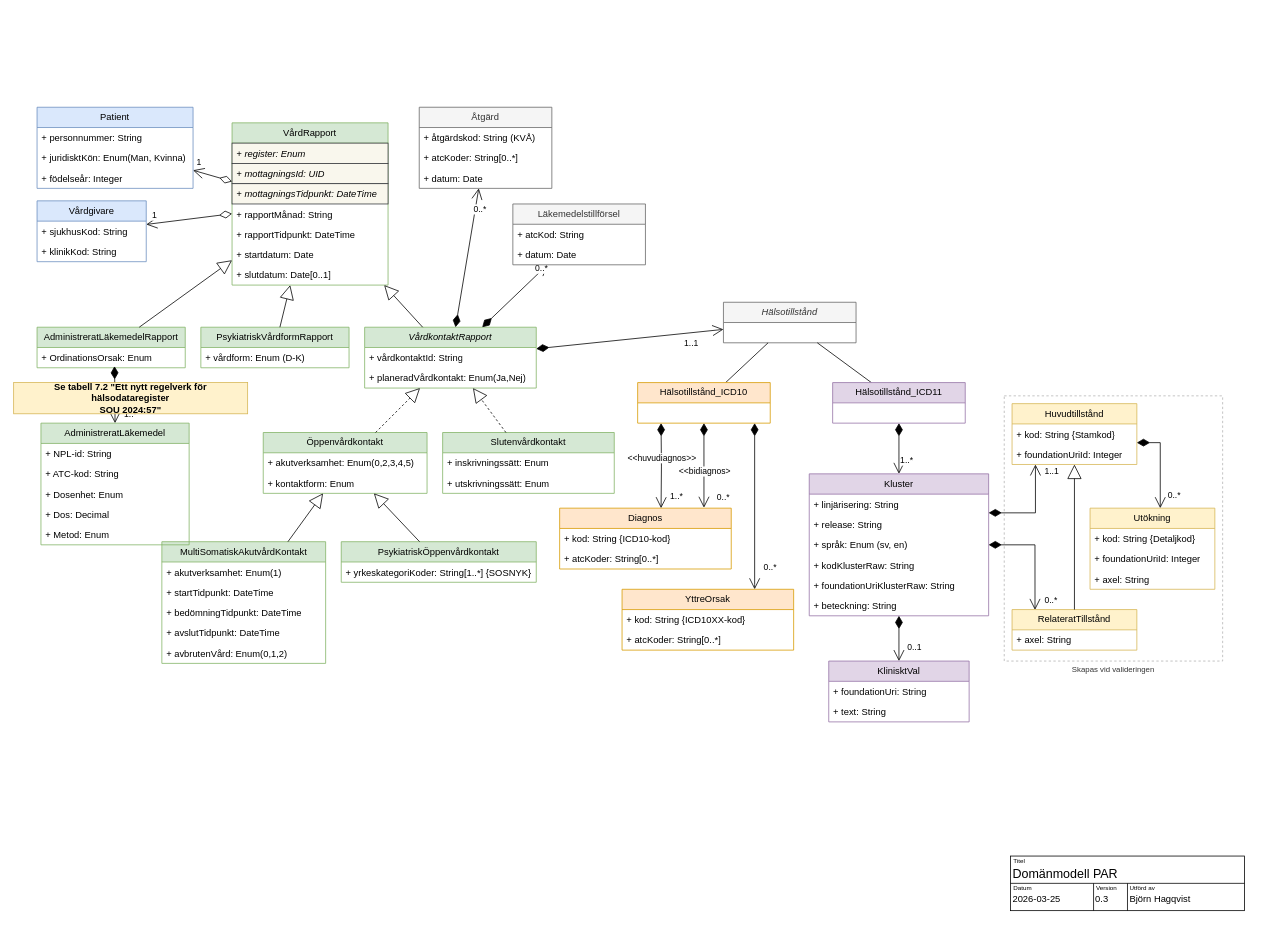
Before: page "Liggande 0.3" (3 of 6) of Klassmodell ICD11.drawio in bhagqvist-consid/ICD11, a draw.io diagram. Source tidied: cells renumbered, new cells numbered last; positions are measured from the earlier drawing's top-left corner, leaving out a move shared by most shapes. Both pictures are drawn from the tidied source at 78%, with x=0, y=0 at pixel (13, 107).
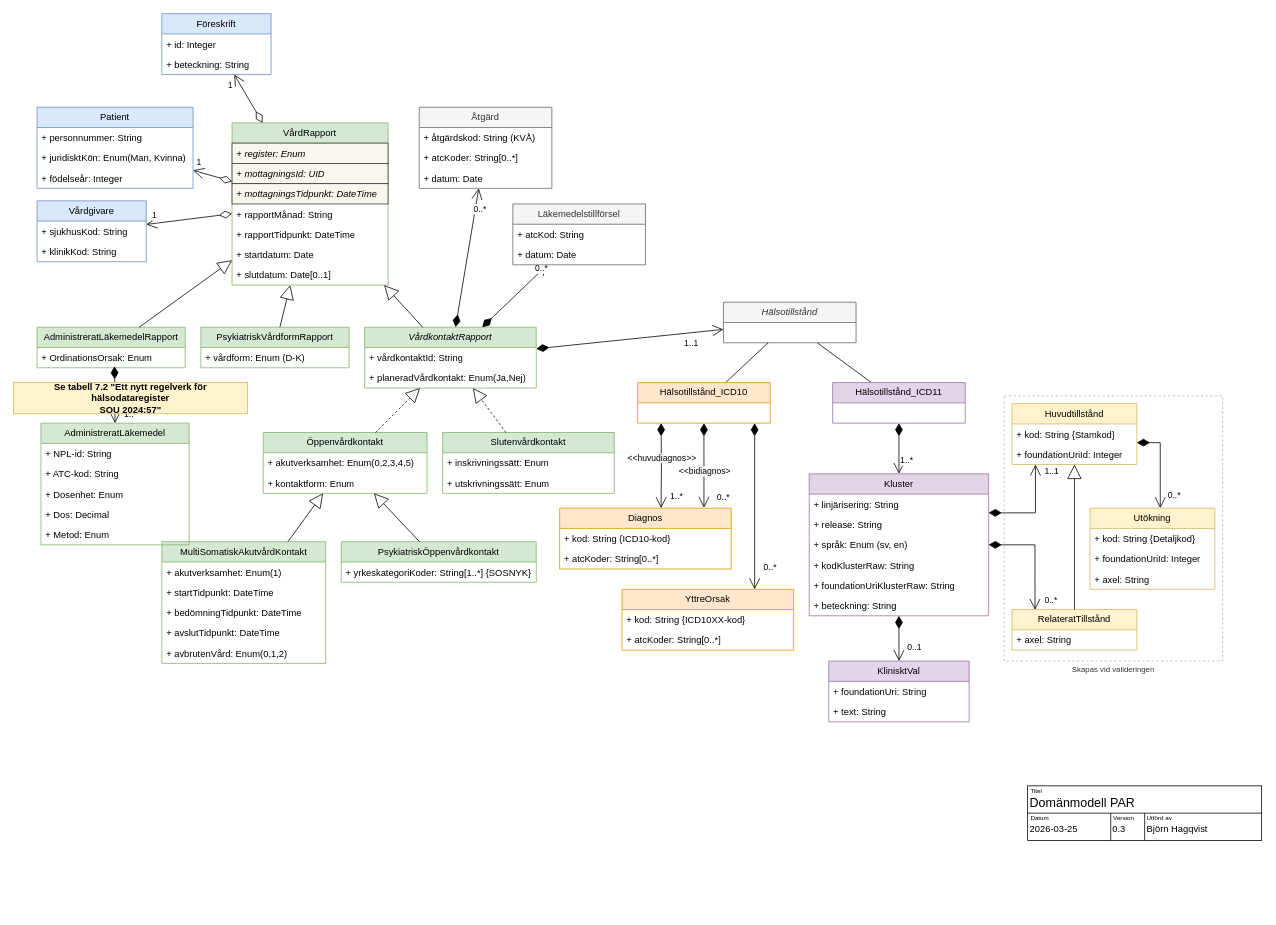
After the change.

Unchanged cells that the change refers to:
```xml
<mxCell id="3" value="&lt;span style=&quot;font-style: normal;&quot;&gt;VårdRapport&lt;/span&gt;" style="swimlane;fontStyle=2;horizontal=1;startSize=26;fillColor=#d5e8d4;whiteSpace=wrap;html=1;strokeColor=#82b366;" parent="1" vertex="1">
  <mxGeometry x="280" y="20" width="200" height="208" as="geometry" />
</mxCell>
```

What changed in the source:
```diff
@@
     <mxCell id="100" style="group;" parent="1" vertex="1">
-      <mxGeometry x="1278" y="960" width="300" height="70" as="geometry" />
+      <mxGeometry x="1300" y="870" width="300" height="70" as="geometry" />
     </mxCell>
@@
+    <mxCell id="121" value="Föreskrift" style="swimlane;fontStyle=0;horizontal=1;startSize=26;fillColor=#dae8fc;whiteSpace=wrap;html=1;strokeColor=#6c8ebf;" parent="1" vertex="1">
+      <mxGeometry x="190" y="-120" width="140" height="78" as="geometry" />
+    </mxCell>
+    <mxCell id="122" value="+ id: Integer" style="text;strokeColor=none;fillColor=none;align=left;verticalAlign=top;spacingLeft=4;spacingRight=4;overflow=hidden;whiteSpace=wrap;html=1;" parent="121" vertex="1">
+      <mxGeometry y="26" width="140" height="26" as="geometry" />
+    </mxCell>
+    <mxCell id="123" value="+ beteckning: String" style="text;strokeColor=none;fillColor=none;align=left;verticalAlign=top;spacingLeft=4;spacingRight=4;overflow=hidden;whiteSpace=wrap;html=1;" parent="121" vertex="1">
+      <mxGeometry y="52" width="140" height="26" as="geometry" />
+    </mxCell>
+    <mxCell id="124" value="1" style="endArrow=open;html=1;endSize=12;startArrow=diamondThin;startSize=14;startFill=0;align=left;verticalAlign=bottom;rounded=0;" parent="1" edge="1" source="3" target="121">
+      <mxGeometry x="0.6" y="20" relative="1" as="geometry" />
+    </mxCell>
```
